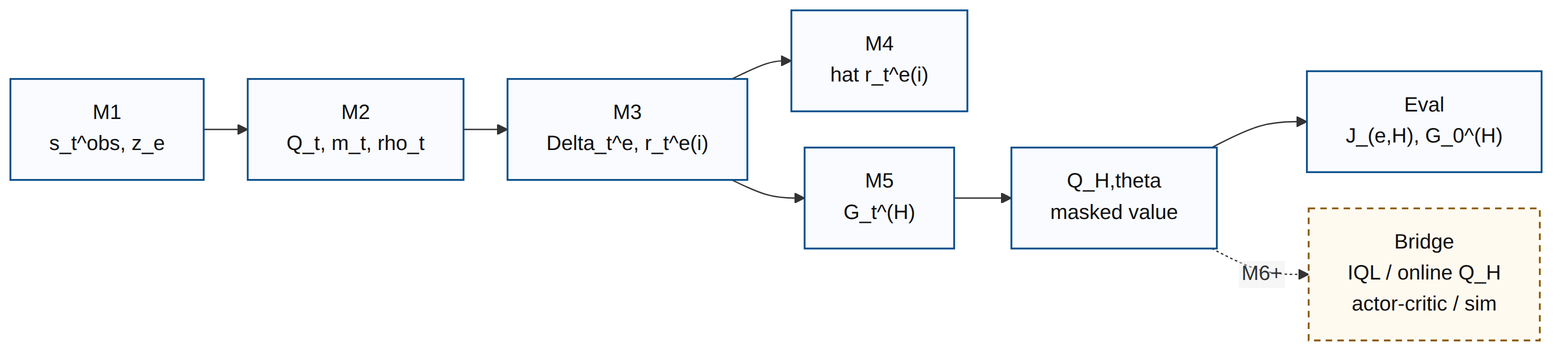
The Mermaid diagram docs/typst/thesis/figures/proposal_system_flow.png in JanDuchscherer104/ARIA-NBV, before a commit. Its source is kept beside it as docs/typst/thesis/figures/proposal_system_flow.mmd.
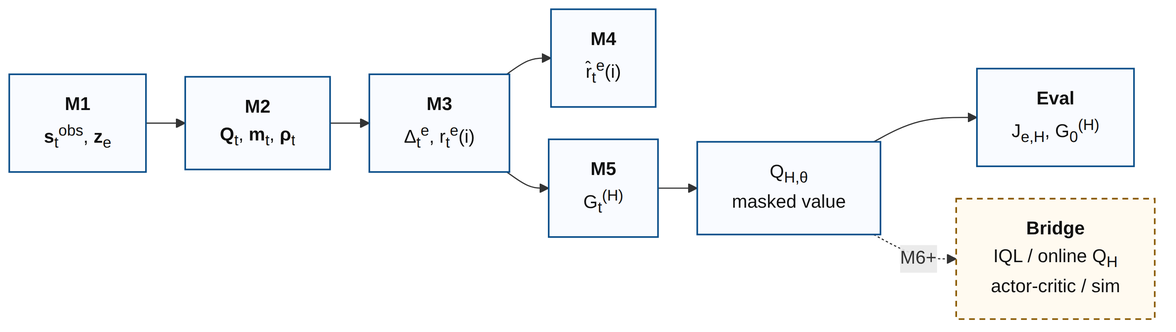
Later version of the same file.

Commit message:
Render proposal Mermaid symbols correctly

Change to the diagram source:
```diff
@@ -1,12 +1,12 @@
-%%{init: {"flowchart": {"htmlLabels": false, "nodeSpacing": 28, "rankSpacing": 34}}}%%
+%%{init: {"flowchart": {"htmlLabels": true, "nodeSpacing": 28, "rankSpacing": 34}}}%%
 flowchart LR
-  A["M1\ns_t^obs, z_e"] --> B["M2\nQ_t, m_t, rho_t"]
-  B --> C["M3\nDelta_t^e, r_t^e(i)"]
-  C --> D["M4\nhat r_t^e(i)"]
-  C --> E["M5\nG_t^(H)"]
-  E --> F["Q_H,theta\nmasked value"]
-  F --> G["Eval\nJ_(e,H), G_0^(H)"]
-  F -. "M6+" .-> H["Bridge\nIQL / online Q_H\nactor-critic / sim"]
+  A["<b>M1</b><br/><b>s</b><sub>t</sub><sup>obs</sup>, <b>z</b><sub>e</sub>"] --> B["<b>M2</b><br/><b>Q</b><sub>t</sub>, <b>m</b><sub>t</sub>, <b>ρ</b><sub>t</sub>"]
+  B --> C["<b>M3</b><br/>Δ<sub>t</sub><sup>e</sup>, r<sub>t</sub><sup>e</sup>(i)"]
+  C --> D["<b>M4</b><br/>r̂<sub>t</sub><sup>e</sup>(i)"]
+  C --> E["<b>M5</b><br/>G<sub>t</sub><sup>(H)</sup>"]
+  E --> F["Q<sub>H,θ</sub><br/>masked value"]
+  F --> G["<b>Eval</b><br/>J<sub>e,H</sub>, G<sub>0</sub><sup>(H)</sup>"]
+  F -. "M6+" .-> H["<b>Bridge</b><br/>IQL / online Q<sub>H</sub><br/>actor-critic / sim"]
 
   classDef core fill:#f9fbff,stroke:#0b4f8a,stroke-width:1.4px,color:#111;
   classDef bridge fill:#fffaf0,stroke:#8a5a00,stroke-width:1.4px,stroke-dasharray:5 4,color:#111;
```
